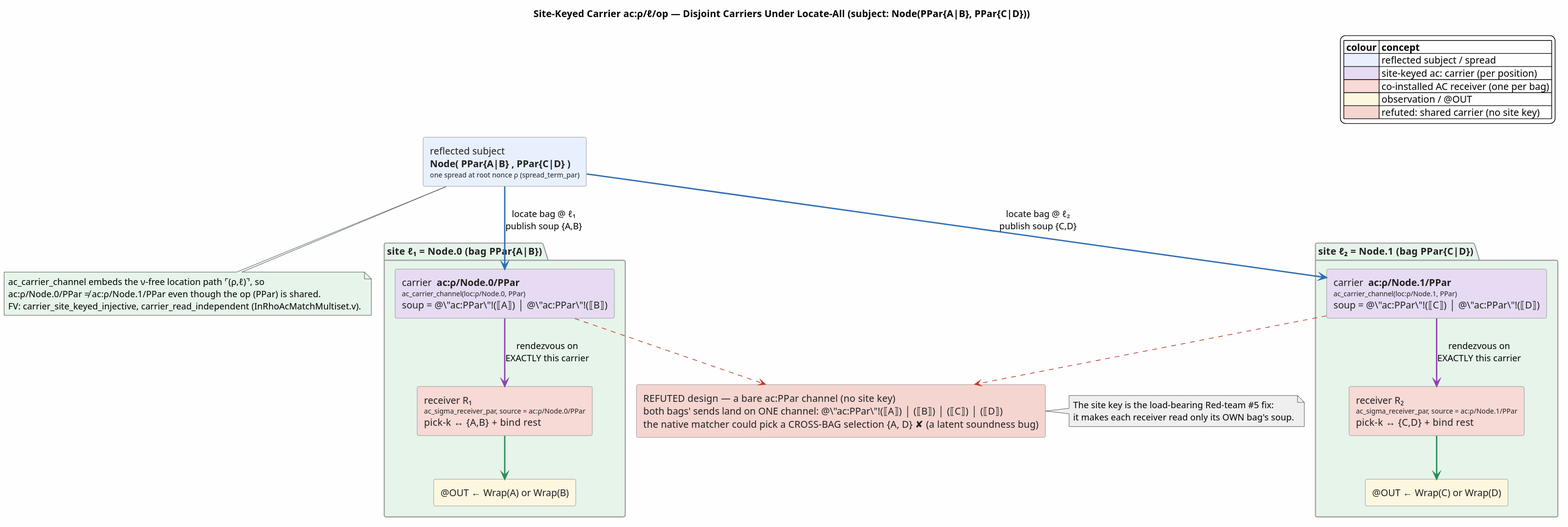
F1R3FLY-io/mettail-rust keeps this PlantUML diagram as docs/architecture/rho-native-integration/figures/in-rho-ac-matching-site-keyed-carrier.svg. Above is the earlier version. Source of this version:
```plantuml
@startuml
skinparam backgroundColor #FEFEFE
skinparam defaultFontName sans
skinparam componentStyle rectangle
skinparam shadowing false
skinparam ArrowColor #555555
skinparam rectangle {
  BorderColor #7A7A7A
  FontColor #202020
}
skinparam package {
  BorderColor #9A9A9A
  FontColor #202020
}

title Site-Keyed Carrier  ac:ρ/ℓ/op  — Disjoint Carriers Under Locate-All  (subject: Node(PPar{A|B}, PPar{C|D}))

legend top right
  |= colour |= concept |
  |<#E8F0FE>| reflected subject / spread |
  |<#E6DBF2>| site-keyed ac: carrier (per position) |
  |<#F7D9D5>| co-installed AC receiver (one per bag) |
  |<#FEF7E0>| observation / @OUT |
  |<#F5D5D0>| refuted: shared carrier (no site key) |
endlegend

rectangle "reflected subject\n<b>Node( PPar{A|B} , PPar{C|D} )</b>\n<size:10>one spread at root nonce ρ  (spread_term_par)</size>" as SUB #E8F0FE

package "site ℓ₁ = Node.0   (bag PPar{A|B})" #E6F4EA {
  rectangle "carrier  <b>ac:ρ/Node.0/PPar</b>\n<size:10>ac_carrier_channel(loc:ρ/Node.0, PPar)</size>\nsoup = @\"ac:PPar\"!(⟦A⟧) │ @\"ac:PPar\"!(⟦B⟧)" as C1 #E6DBF2
  rectangle "receiver R₁\n<size:10>ac_sigma_receiver_par, source = ac:ρ/Node.0/PPar</size>\npick-k ↔ {A,B}  +  bind rest" as R1 #F7D9D5
  rectangle "@OUT ← Wrap(A) or Wrap(B)" as O1 #FEF7E0
}

package "site ℓ₂ = Node.1   (bag PPar{C|D})" #E6F4EA {
  rectangle "carrier  <b>ac:ρ/Node.1/PPar</b>\n<size:10>ac_carrier_channel(loc:ρ/Node.1, PPar)</size>\nsoup = @\"ac:PPar\"!(⟦C⟧) │ @\"ac:PPar\"!(⟦D⟧)" as C2 #E6DBF2
  rectangle "receiver R₂\n<size:10>ac_sigma_receiver_par, source = ac:ρ/Node.1/PPar</size>\npick-k ↔ {C,D}  +  bind rest" as R2 #F7D9D5
  rectangle "@OUT ← Wrap(C) or Wrap(D)" as O2 #FEF7E0
}

SUB -[#2E6DB4,thickness=2]-> C1 : locate bag @ ℓ₁\npublish soup {A,B}
SUB -[#2E6DB4,thickness=2]-> C2 : locate bag @ ℓ₂\npublish soup {C,D}
C1 -[#8E44AD,thickness=2]-> R1 : rendezvous on\nEXACTLY this carrier
C2 -[#8E44AD,thickness=2]-> R2 : rendezvous on\nEXACTLY this carrier
R1 -[#2E8B57,thickness=2]-> O1
R2 -[#2E8B57,thickness=2]-> O2

note bottom of SUB #E6F4EA
  ac_carrier_channel embeds the ν-free location path ⌜(ρ,ℓ)⌝, so
  ac:ρ/Node.0/PPar ≠ ac:ρ/Node.1/PPar even though the op (PPar) is shared.
  FV: carrier_site_keyed_injective, carrier_read_independent (InRhoAcMatchMultiset.v).
end note

rectangle "REFUTED design — a bare  ac:PPar  channel (no site key)\nboth bags' sends land on ONE channel:  @\"ac:PPar\"!(⟦A⟧) │ (⟦B⟧) │ (⟦C⟧) │ (⟦D⟧)\nthe native matcher could pick a CROSS-BAG selection {A, D}  ✘  (a latent soundness bug)" as BAD #F5D5D0

C1 .[#C0392B,dashed].> BAD
C2 .[#C0392B,dashed].> BAD
note right of BAD #EFEFEF
  The site key is the load-bearing Red-team #5 fix:
  it makes each receiver read only its OWN bag's soup.
end note
@enduml
```
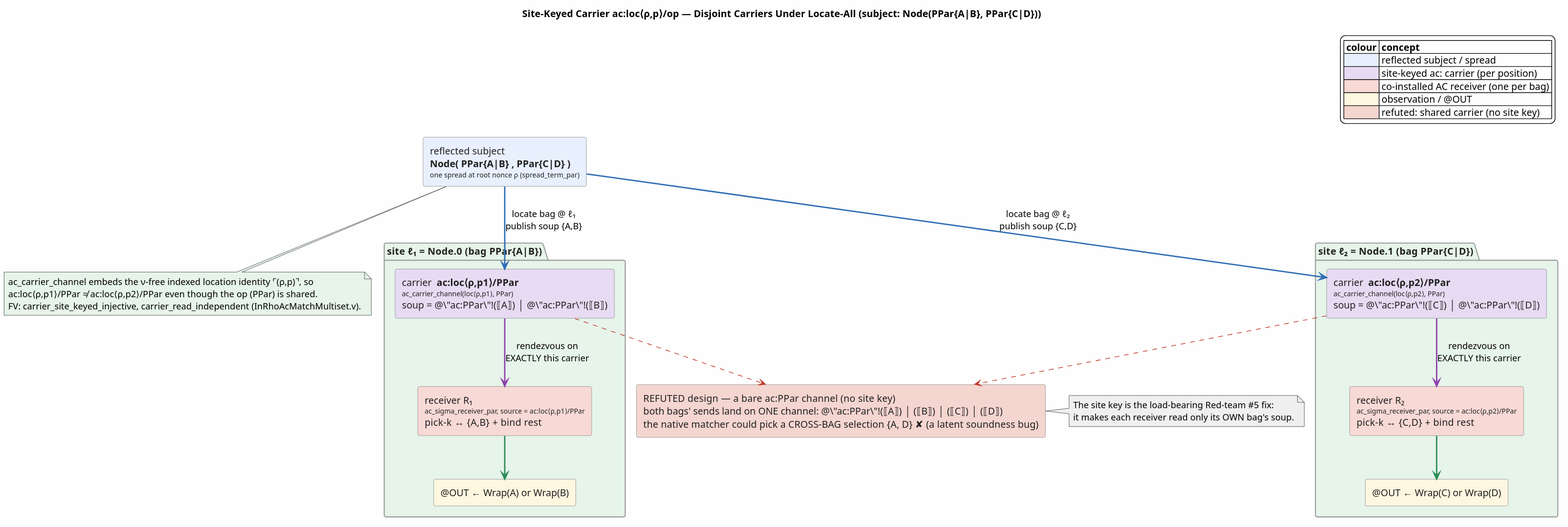
The same diagram one commit later.

Change to the diagram source:
```diff
@@ -13,7 +13,7 @@
   FontColor #202020
 }
 
-title Site-Keyed Carrier  ac:ρ/ℓ/op  — Disjoint Carriers Under Locate-All  (subject: Node(PPar{A|B}, PPar{C|D}))
+title Site-Keyed Carrier  ac:loc⟨ρ,p⟩/op  — Disjoint Carriers Under Locate-All  (subject: Node(PPar{A|B}, PPar{C|D}))
 
 legend top right
   |= colour |= concept |
@@ -27,14 +27,14 @@
 rectangle "reflected subject\n<b>Node( PPar{A|B} , PPar{C|D} )</b>\n<size:10>one spread at root nonce ρ  (spread_term_par)</size>" as SUB #E8F0FE
 
 package "site ℓ₁ = Node.0   (bag PPar{A|B})" #E6F4EA {
-  rectangle "carrier  <b>ac:ρ/Node.0/PPar</b>\n<size:10>ac_carrier_channel(loc:ρ/Node.0, PPar)</size>\nsoup = @\"ac:PPar\"!(⟦A⟧) │ @\"ac:PPar\"!(⟦B⟧)" as C1 #E6DBF2
-  rectangle "receiver R₁\n<size:10>ac_sigma_receiver_par, source = ac:ρ/Node.0/PPar</size>\npick-k ↔ {A,B}  +  bind rest" as R1 #F7D9D5
+  rectangle "carrier  <b>ac:loc⟨ρ,p1⟩/PPar</b>\n<size:10>ac_carrier_channel(loc⟨ρ,p1⟩, PPar)</size>\nsoup = @\"ac:PPar\"!(⟦A⟧) │ @\"ac:PPar\"!(⟦B⟧)" as C1 #E6DBF2
+  rectangle "receiver R₁\n<size:10>ac_sigma_receiver_par, source = ac:loc⟨ρ,p1⟩/PPar</size>\npick-k ↔ {A,B}  +  bind rest" as R1 #F7D9D5
   rectangle "@OUT ← Wrap(A) or Wrap(B)" as O1 #FEF7E0
 }
 
 package "site ℓ₂ = Node.1   (bag PPar{C|D})" #E6F4EA {
-  rectangle "carrier  <b>ac:ρ/Node.1/PPar</b>\n<size:10>ac_carrier_channel(loc:ρ/Node.1, PPar)</size>\nsoup = @\"ac:PPar\"!(⟦C⟧) │ @\"ac:PPar\"!(⟦D⟧)" as C2 #E6DBF2
-  rectangle "receiver R₂\n<size:10>ac_sigma_receiver_par, source = ac:ρ/Node.1/PPar</size>\npick-k ↔ {C,D}  +  bind rest" as R2 #F7D9D5
+  rectangle "carrier  <b>ac:loc⟨ρ,p2⟩/PPar</b>\n<size:10>ac_carrier_channel(loc⟨ρ,p2⟩, PPar)</size>\nsoup = @\"ac:PPar\"!(⟦C⟧) │ @\"ac:PPar\"!(⟦D⟧)" as C2 #E6DBF2
+  rectangle "receiver R₂\n<size:10>ac_sigma_receiver_par, source = ac:loc⟨ρ,p2⟩/PPar</size>\npick-k ↔ {C,D}  +  bind rest" as R2 #F7D9D5
   rectangle "@OUT ← Wrap(C) or Wrap(D)" as O2 #FEF7E0
 }
 
@@ -46,8 +46,8 @@
 R2 -[#2E8B57,thickness=2]-> O2
 
 note bottom of SUB #E6F4EA
-  ac_carrier_channel embeds the ν-free location path ⌜(ρ,ℓ)⌝, so
-  ac:ρ/Node.0/PPar ≠ ac:ρ/Node.1/PPar even though the op (PPar) is shared.
+  ac_carrier_channel embeds the ν-free indexed location identity ⌜(ρ,p)⌝, so
+  ac:loc⟨ρ,p1⟩/PPar ≠ ac:loc⟨ρ,p2⟩/PPar even though the op (PPar) is shared.
   FV: carrier_site_keyed_injective, carrier_read_independent (InRhoAcMatchMultiset.v).
 end note
 
```
